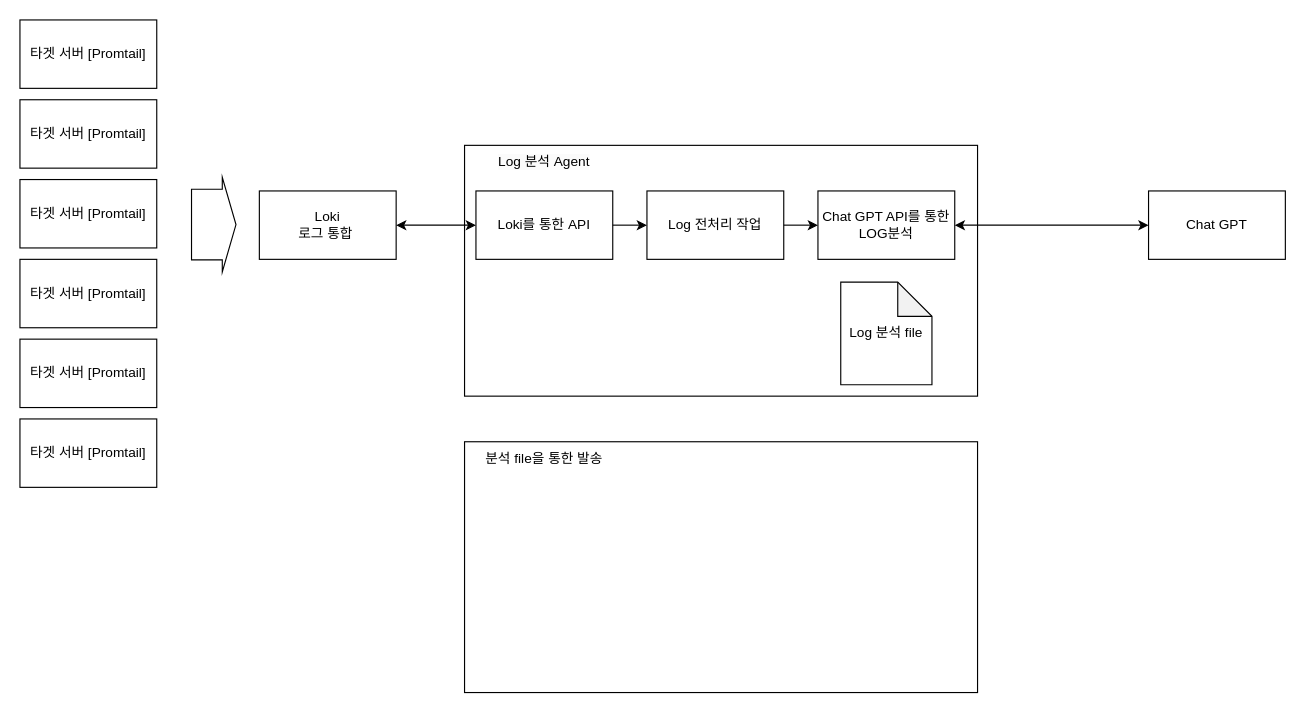
This is Loki,promtail.drawio from jaero0725/draw_io, a draw.io file, before an edit. Source tidied: cells renumbered, new cells numbered last; positions are measured from the earlier drawing's top-left corner, leaving out a move shared by most shapes. Both pictures are drawn from the tidied source at 114%, with x=0, y=0 at pixel (19, 19).
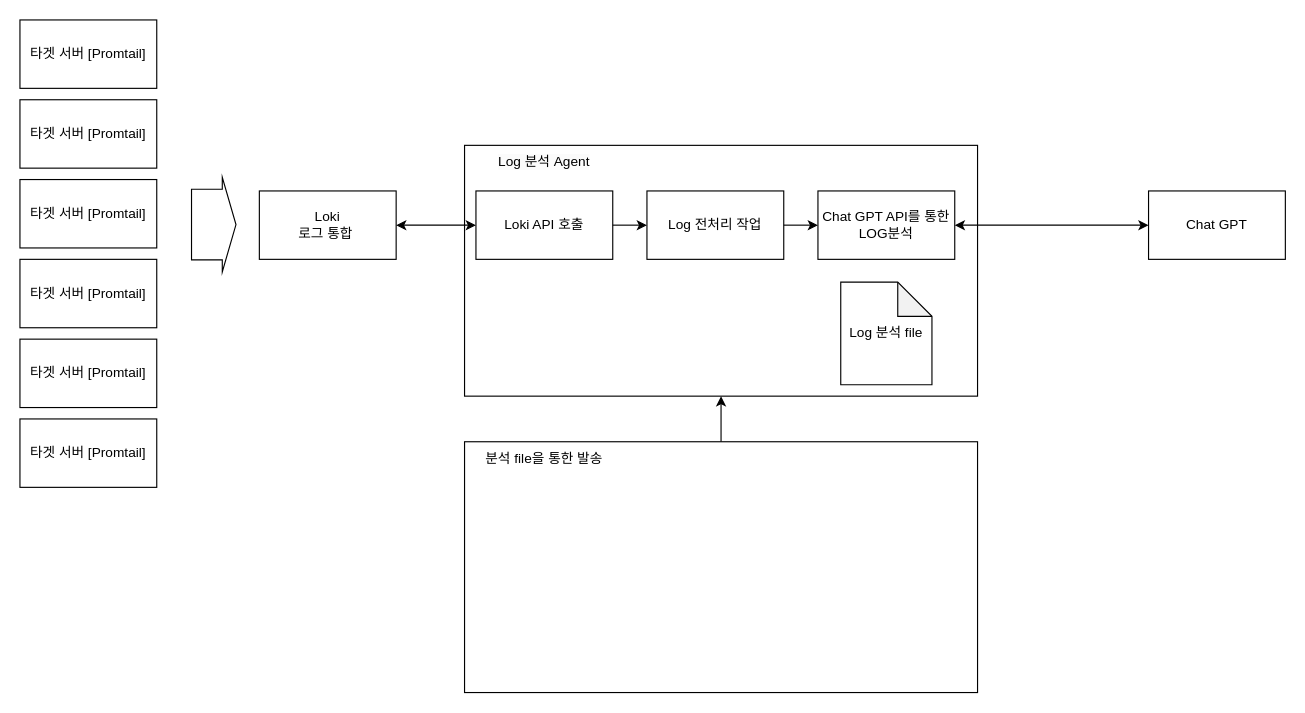
After the change.

Unchanged cells that the change refers to:
```xml
<mxCell id="3" style="rounded=0;whiteSpace=wrap;html=1;" parent="1" vertex="1">
  <mxGeometry x="390" y="110" width="450" height="220" as="geometry" />
</mxCell>
<mxCell id="21" style="rounded=0;whiteSpace=wrap;html=1;" parent="1" vertex="1">
  <mxGeometry x="390" y="370" width="450" height="220" as="geometry" />
</mxCell>
```

What changed in the source:
```diff
@@
-    <mxCell id="4" value="Loki를 통한 API" style="rounded=0;whiteSpace=wrap;html=1;" parent="1" vertex="1">
+    <mxCell id="4" value="Loki API 호출" style="rounded=0;whiteSpace=wrap;html=1;" parent="1" vertex="1">
       <mxGeometry x="400" y="150" width="120" height="60" as="geometry" />
     </mxCell>
@@
+    <mxCell id="23" style="edgeStyle=orthogonalEdgeStyle;rounded=0;jettySize=auto;html=1;" parent="1" edge="1" source="21" target="3">
+      <mxGeometry relative="1" as="geometry" />
+    </mxCell>
```
